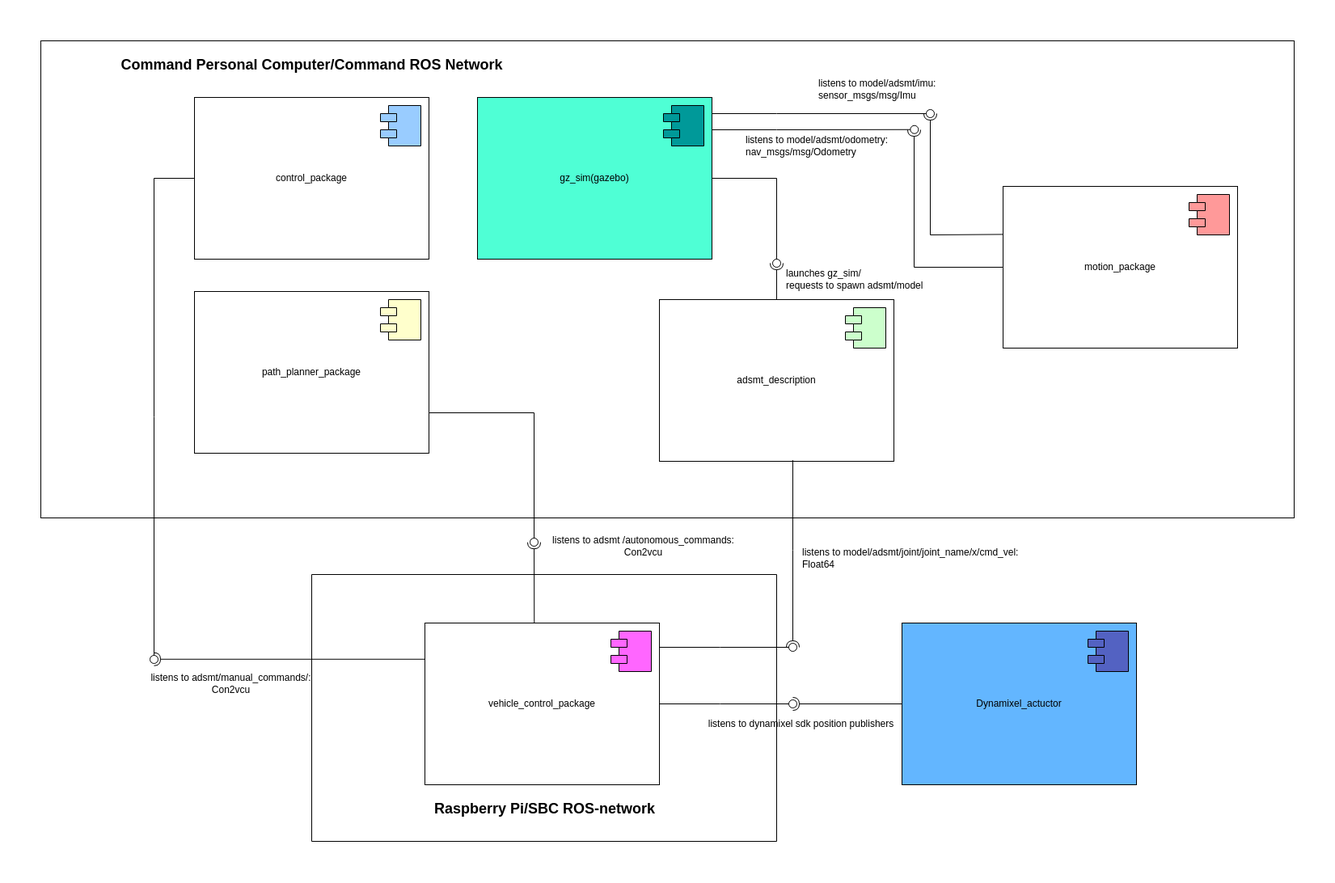
zin-lin/annex_adsmt_ws keeps this draw.io diagram as docs/technical_imgs/general-software-architecture.png. Above is the earlier version. Source tidied: cells renumbered, new cells last; positions are measured from the earlier drawing's top-left corner, leaving out a move shared by most shapes. The source it was exported from:
```xml
<mxGraphModel>
  <root>
    <mxCell id="0" />
    <mxCell id="1" parent="0" />
    <mxCell id="2" style="verticalLabelPosition=bottom;verticalAlign=top;html=1;shape=mxgraph.basic.rect;fillColor2=none;strokeWidth=1;size=20;indent=5;fillColor=none;" parent="1" vertex="1">
      <mxGeometry x="335" y="660" width="575" height="330" as="geometry" />
    </mxCell>
    <mxCell id="3" style="rounded=0;whiteSpace=wrap;html=1;fillColor=none;shadow=0;" parent="1" vertex="1">
      <mxGeometry width="1550" height="590" as="geometry" />
    </mxCell>
    <mxCell id="4" value="\" style="group;fillColor=#99FFFF;" parent="1" vertex="1">
      <mxGeometry x="190" y="70" width="290" height="200" as="geometry" />
    </mxCell>
    <mxCell id="5" value="control_package" style="rounded=0;whiteSpace=wrap;html=1;" parent="4" vertex="1">
      <mxGeometry width="290" height="200" as="geometry" />
    </mxCell>
    <mxCell id="6" style="shape=module;align=left;spacingLeft=20;align=center;verticalAlign=top;whiteSpace=wrap;html=1;fillColor=#99CCFF;" parent="4" vertex="1">
      <mxGeometry x="230" y="10" width="50" height="50" as="geometry" />
    </mxCell>
    <mxCell id="7" style="group;fillColor=#FF99FF;" parent="1" vertex="1">
      <mxGeometry x="475" y="720" width="290" height="200" as="geometry" />
    </mxCell>
    <mxCell id="8" value="vehicle_control_package" style="rounded=0;whiteSpace=wrap;html=1;" parent="7" vertex="1">
      <mxGeometry width="290" height="200" as="geometry" />
    </mxCell>
    <mxCell id="9" style="shape=module;align=left;spacingLeft=20;align=center;verticalAlign=top;whiteSpace=wrap;html=1;fillColor=#FF66FF;" parent="7" vertex="1">
      <mxGeometry x="230" y="10" width="50" height="50" as="geometry" />
    </mxCell>
    <mxCell id="10" style="group;shadow=1;" parent="1" vertex="1">
      <mxGeometry x="190" y="310" width="290" height="200" as="geometry" />
    </mxCell>
    <mxCell id="11" value="path_planner_package" style="rounded=0;whiteSpace=wrap;html=1;" parent="10" vertex="1">
      <mxGeometry width="290" height="200" as="geometry" />
    </mxCell>
    <mxCell id="12" style="shape=module;align=left;spacingLeft=20;align=center;verticalAlign=top;whiteSpace=wrap;html=1;fillColor=#FFFFCC;" parent="10" vertex="1">
      <mxGeometry x="230" y="10" width="50" height="50" as="geometry" />
    </mxCell>
    <mxCell id="13" style="group;fillColor=#CCFFCC;" parent="1" vertex="1">
      <mxGeometry x="765" y="320" width="290" height="200" as="geometry" />
    </mxCell>
    <mxCell id="14" value="adsmt_description" style="rounded=0;whiteSpace=wrap;html=1;" parent="13" vertex="1">
      <mxGeometry width="290" height="200" as="geometry" />
    </mxCell>
    <mxCell id="15" style="shape=module;align=left;spacingLeft=20;align=center;verticalAlign=top;whiteSpace=wrap;html=1;fillColor=#CCFFCC;" parent="13" vertex="1">
      <mxGeometry x="230" y="10" width="50" height="50" as="geometry" />
    </mxCell>
    <mxCell id="16" style="group;fillColor=#99FFFF;" parent="1" vertex="1">
      <mxGeometry x="540" y="70" width="290" height="200" as="geometry" />
    </mxCell>
    <mxCell id="17" value="gz_sim(gazebo)" style="rounded=0;whiteSpace=wrap;html=1;fillColor=#4FFFD5;" parent="16" vertex="1">
      <mxGeometry width="290" height="200" as="geometry" />
    </mxCell>
    <mxCell id="18" style="shape=module;align=left;spacingLeft=20;align=center;verticalAlign=top;whiteSpace=wrap;html=1;fillColor=#009999;" parent="16" vertex="1">
      <mxGeometry x="230" y="10" width="50" height="50" as="geometry" />
    </mxCell>
    <mxCell id="19" value="&lt;span style=&quot;font-size: 18px;&quot;&gt;&lt;b&gt;Command Personal Computer/Command ROS Network&lt;/b&gt;&lt;/span&gt;" style="text;html=1;align=center;verticalAlign=middle;strokeColor=none;fillColor=none;" parent="1" vertex="1">
      <mxGeometry x="85" y="10" width="500" height="40" as="geometry" />
    </mxCell>
    <mxCell id="20" style="rounded=0;jettySize=auto;html=1;endArrow=halfCircle;endFill=0;endSize=6;strokeWidth=1;sketch=0;exitX=0.5;exitY=0;exitDx=0;exitDy=0;" parent="1" edge="1" source="14" target="22">
      <mxGeometry relative="1" as="geometry" />
    </mxCell>
    <mxCell id="21" style="rounded=0;jettySize=auto;html=1;endArrow=oval;endFill=0;sketch=0;sourcePerimeterSpacing=0;targetPerimeterSpacing=0;endSize=10;" parent="1" edge="1" source="17" target="22">
      <mxGeometry relative="1" as="geometry">
        <Array as="points">
          <mxPoint x="910" y="170" />
        </Array>
      </mxGeometry>
    </mxCell>
    <mxCell id="22" style="ellipse;whiteSpace=wrap;html=1;align=center;fillColor=none;strokeColor=none;perimeter=centerPerimeter;points=[];outlineConnect=1;" parent="1" vertex="1">
      <mxGeometry x="905" y="270" width="10" height="10" as="geometry" />
    </mxCell>
    <mxCell id="23" value="launches gz_sim/&amp;nbsp;&lt;div&gt;requests to spawn adsmt/model&lt;/div&gt;" style="text;html=1;align=left;verticalAlign=middle;strokeColor=none;fillColor=none;" parent="1" vertex="1">
      <mxGeometry x="920" y="275" width="190" height="40" as="geometry" />
    </mxCell>
    <mxCell id="24" value="&lt;font style=&quot;font-size: 18px;&quot;&gt;&lt;b&gt;Raspberry Pi/SBC ROS-network&lt;/b&gt;&lt;/font&gt;" style="text;html=1;align=center;verticalAlign=middle;strokeColor=none;fillColor=none;" parent="1" vertex="1">
      <mxGeometry x="472.5" y="930" width="300" height="40" as="geometry" />
    </mxCell>
    <mxCell id="25" style="rounded=0;orthogonalLoop=1;jettySize=auto;html=1;endArrow=halfCircle;endFill=0;endSize=6;strokeWidth=1;sketch=0;exitX=0;exitY=0.25;exitDx=0;exitDy=0;" parent="1" edge="1">
      <mxGeometry relative="1" as="geometry">
        <mxPoint x="475" y="764.8" as="sourcePoint" />
        <mxPoint x="140" y="764.8" as="targetPoint" />
      </mxGeometry>
    </mxCell>
    <mxCell id="26" style="rounded=0;jettySize=auto;html=1;endArrow=oval;endFill=0;sketch=0;sourcePerimeterSpacing=0;targetPerimeterSpacing=0;endSize=10;exitX=0;exitY=0.5;exitDx=0;exitDy=0;" parent="1" edge="1" source="5" target="27">
      <mxGeometry relative="1" as="geometry">
        <Array as="points">
          <mxPoint x="140" y="170" />
        </Array>
      </mxGeometry>
    </mxCell>
    <mxCell id="27" style="ellipse;whiteSpace=wrap;html=1;align=center;fillColor=none;strokeColor=none;perimeter=centerPerimeter;points=[];outlineConnect=1;" parent="1" vertex="1">
      <mxGeometry x="135" y="760" width="10" height="10" as="geometry" />
    </mxCell>
    <mxCell id="28" style="rounded=0;orthogonalLoop=1;jettySize=auto;html=1;endArrow=halfCircle;endFill=0;endSize=6;strokeWidth=1;sketch=0;exitX=0.52;exitY=0.006;exitDx=0;exitDy=0;exitPerimeter=0;" parent="1" edge="1">
      <mxGeometry relative="1" as="geometry">
        <mxPoint x="610.2" y="720" as="sourcePoint" />
        <mxPoint x="610" y="620.2" as="targetPoint" />
      </mxGeometry>
    </mxCell>
    <mxCell id="29" style="rounded=0;orthogonalLoop=1;jettySize=auto;html=1;endArrow=oval;endFill=0;sketch=0;sourcePerimeterSpacing=0;targetPerimeterSpacing=0;endSize=10;" parent="1" edge="1">
      <mxGeometry relative="1" as="geometry">
        <mxPoint x="480" y="460" as="sourcePoint" />
        <mxPoint x="610" y="620" as="targetPoint" />
        <Array as="points">
          <mxPoint x="610" y="460" />
        </Array>
      </mxGeometry>
    </mxCell>
    <mxCell id="30" style="ellipse;whiteSpace=wrap;html=1;align=center;fillColor=none;strokeColor=none;perimeter=centerPerimeter;" parent="1" vertex="1">
      <mxGeometry x="540" y="610" width="10" height="10" as="geometry" />
    </mxCell>
    <mxCell id="31" style="group;fillColor=#4986FF;" parent="1" vertex="1">
      <mxGeometry x="1065" y="720" width="290" height="200" as="geometry" />
    </mxCell>
    <mxCell id="32" value="Dynamixel_actuctor" style="rounded=0;whiteSpace=wrap;html=1;fillColor=#63B6FF;" parent="31" vertex="1">
      <mxGeometry width="290" height="200" as="geometry" />
    </mxCell>
    <mxCell id="33" style="shape=module;align=left;spacingLeft=20;align=center;verticalAlign=top;whiteSpace=wrap;html=1;fillColor=#5362C2;" parent="31" vertex="1">
      <mxGeometry x="230" y="10" width="50" height="50" as="geometry" />
    </mxCell>
    <mxCell id="34" style="rounded=0;jettySize=auto;html=1;endArrow=halfCircle;endFill=0;endSize=6;strokeWidth=1;sketch=0;exitX=0;exitY=0.5;exitDx=0;exitDy=0;" parent="1" edge="1" source="32">
      <mxGeometry relative="1" as="geometry">
        <mxPoint x="930" y="820" as="targetPoint" />
      </mxGeometry>
    </mxCell>
    <mxCell id="35" style="rounded=0;jettySize=auto;html=1;endArrow=oval;endFill=0;sketch=0;sourcePerimeterSpacing=0;targetPerimeterSpacing=0;endSize=10;exitX=1;exitY=0.5;exitDx=0;exitDy=0;" parent="1" edge="1" source="8">
      <mxGeometry relative="1" as="geometry">
        <mxPoint x="930" y="820" as="targetPoint" />
        <Array as="points">
          <mxPoint x="840" y="820" />
        </Array>
      </mxGeometry>
    </mxCell>
    <mxCell id="36" value="listens to dynamixel sdk position publishers" style="text;html=1;align=center;verticalAlign=middle;strokeColor=none;fillColor=none;" parent="1" vertex="1">
      <mxGeometry x="815" y="830" width="250" height="30" as="geometry" />
    </mxCell>
    <mxCell id="37" value="listens to adsmt /autonomous_commands:&lt;div&gt;Con2vcu&lt;/div&gt;" style="text;html=1;align=center;verticalAlign=middle;strokeColor=none;fillColor=none;" parent="1" vertex="1">
      <mxGeometry x="620" y="605" width="250" height="40" as="geometry" />
    </mxCell>
    <mxCell id="38" value="listens to adsmt/manual_commands/:&lt;div&gt;Con2vcu&lt;/div&gt;" style="text;html=1;align=center;verticalAlign=middle;strokeColor=none;fillColor=none;" parent="1" vertex="1">
      <mxGeometry x="125" y="775" width="220" height="40" as="geometry" />
    </mxCell>
    <mxCell id="39" style="rounded=0;orthogonalLoop=1;jettySize=auto;html=1;endArrow=oval;endFill=0;sketch=0;sourcePerimeterSpacing=0;targetPerimeterSpacing=0;endSize=10;exitX=1;exitY=0.5;exitDx=0;exitDy=0;" parent="1" edge="1">
      <mxGeometry relative="1" as="geometry">
        <mxPoint x="765" y="750" as="sourcePoint" />
        <mxPoint x="930" y="750" as="targetPoint" />
        <Array as="points">
          <mxPoint x="840" y="750" />
        </Array>
      </mxGeometry>
    </mxCell>
    <mxCell id="40" style="rounded=0;jettySize=auto;html=1;endArrow=halfCircle;endFill=0;endSize=6;strokeWidth=1;sketch=0;exitX=0.569;exitY=0.993;exitDx=0;exitDy=0;exitPerimeter=0;" parent="1" edge="1" source="14">
      <mxGeometry relative="1" as="geometry">
        <mxPoint x="930" y="750" as="targetPoint" />
        <Array as="points">
          <mxPoint x="930" y="630" />
        </Array>
      </mxGeometry>
    </mxCell>
    <mxCell id="41" value="listens to model/adsmt/joint/joint_name/x/cmd_vel:&lt;div&gt;Float64&lt;/div&gt;" style="text;html=1;align=left;verticalAlign=middle;strokeColor=none;fillColor=none;" parent="1" vertex="1">
      <mxGeometry x="940" y="620" width="290" height="40" as="geometry" />
    </mxCell>
    <mxCell id="42" style="group;fillColor=#CCCC00;" parent="1" vertex="1">
      <mxGeometry x="1190" y="180" width="290" height="200" as="geometry" />
    </mxCell>
    <mxCell id="43" value="motion_package" style="rounded=0;whiteSpace=wrap;html=1;" parent="42" vertex="1">
      <mxGeometry width="290" height="200" as="geometry" />
    </mxCell>
    <mxCell id="44" style="shape=module;align=left;spacingLeft=20;align=center;verticalAlign=top;whiteSpace=wrap;html=1;fillColor=#FF9999;" parent="42" vertex="1">
      <mxGeometry x="230" y="10" width="50" height="50" as="geometry" />
    </mxCell>
    <mxCell id="45" style="rounded=0;jettySize=auto;html=1;endArrow=oval;endFill=0;sketch=0;sourcePerimeterSpacing=0;targetPerimeterSpacing=0;endSize=10;entryX=0.697;entryY=0.186;entryDx=0;entryDy=0;entryPerimeter=0;" parent="1" edge="1" target="3">
      <mxGeometry relative="1" as="geometry">
        <mxPoint x="830" y="110" as="sourcePoint" />
        <Array as="points">
          <mxPoint x="910" y="110" />
        </Array>
      </mxGeometry>
    </mxCell>
    <mxCell id="46" style="rounded=0;jettySize=auto;html=1;endArrow=halfCircle;endFill=0;endSize=6;strokeWidth=1;sketch=0;exitX=0;exitY=0.5;exitDx=0;exitDy=0;" parent="1" edge="1" source="43">
      <mxGeometry relative="1" as="geometry">
        <mxPoint x="1080" y="110" as="targetPoint" />
        <Array as="points">
          <mxPoint x="1080" y="280" />
        </Array>
      </mxGeometry>
    </mxCell>
    <mxCell id="47" value="listens to model/adsmt/imu:&lt;div&gt;sensor_msgs/msg/Imu&lt;/div&gt;" style="text;html=1;align=left;verticalAlign=middle;strokeColor=none;fillColor=none;" parent="1" vertex="1">
      <mxGeometry x="960" y="40" width="170" height="40" as="geometry" />
    </mxCell>
    <mxCell id="48" style="rounded=0;orthogonalLoop=1;jettySize=auto;html=1;endArrow=oval;endFill=0;sketch=0;sourcePerimeterSpacing=0;targetPerimeterSpacing=0;endSize=10;" parent="1" edge="1">
      <mxGeometry relative="1" as="geometry">
        <mxPoint x="830" y="90" as="sourcePoint" />
        <mxPoint x="1100" y="90" as="targetPoint" />
        <Array as="points">
          <mxPoint x="910" y="90" />
        </Array>
      </mxGeometry>
    </mxCell>
    <mxCell id="49" style="rounded=0;jettySize=auto;html=1;endArrow=halfCircle;endFill=0;endSize=6;strokeWidth=1;sketch=0;exitX=-0.001;exitY=0.297;exitDx=0;exitDy=0;exitPerimeter=0;" parent="1" edge="1" source="43">
      <mxGeometry relative="1" as="geometry">
        <mxPoint x="1100" y="90" as="targetPoint" />
        <Array as="points">
          <mxPoint x="1100" y="240" />
        </Array>
      </mxGeometry>
    </mxCell>
    <mxCell id="50" value="listens to model/adsmt/odometry:&lt;div&gt;nav_msgs/msg/Odometry&lt;/div&gt;" style="text;html=1;align=left;verticalAlign=middle;strokeColor=none;fillColor=none;" parent="1" vertex="1">
      <mxGeometry x="870" y="110" width="200" height="40" as="geometry" />
    </mxCell>
  </root>
</mxGraphModel>
```
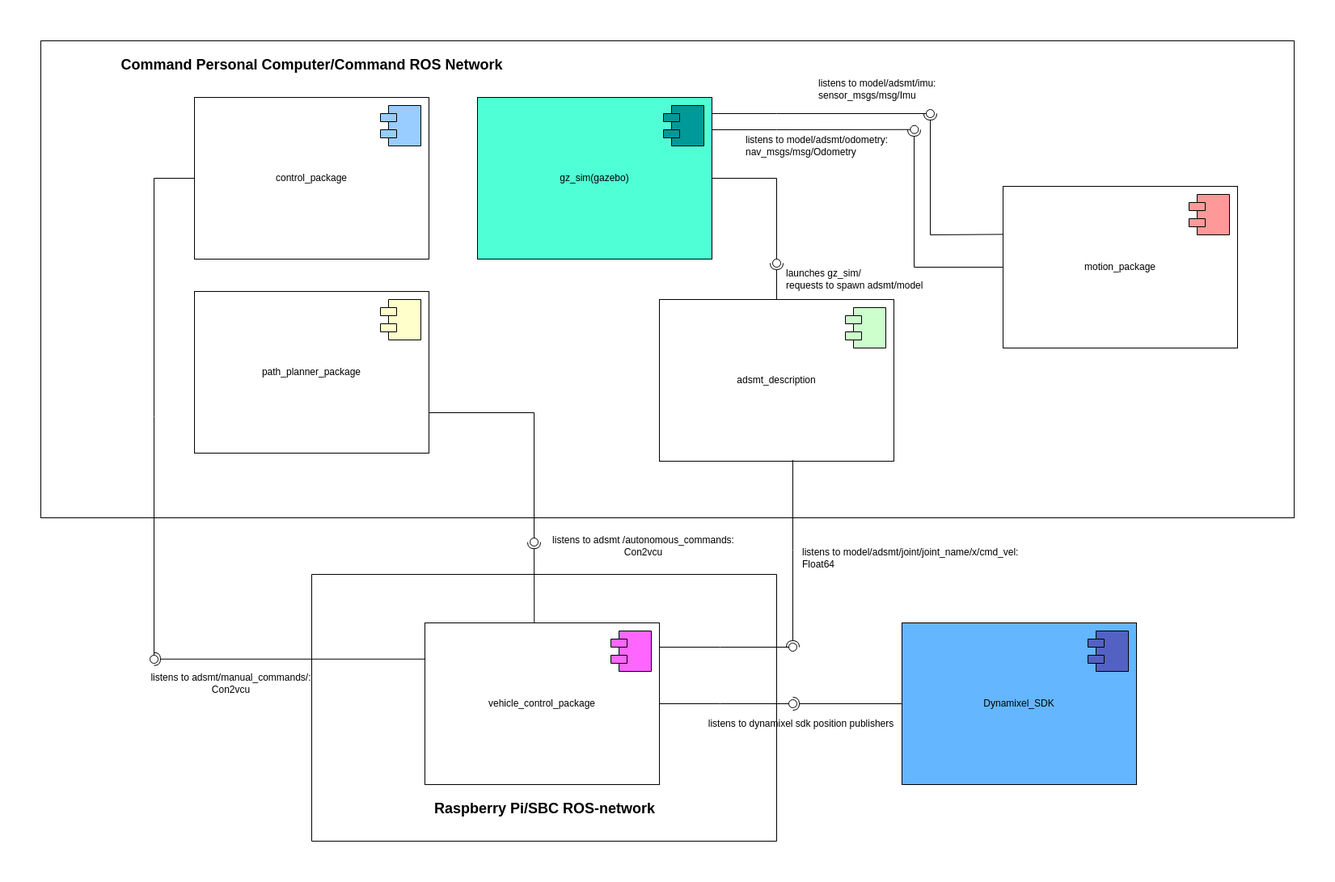
The same diagram one commit later.

The edit, as a diff of the source:
```diff
@@ -112,7 +112,7 @@
     <mxCell id="31" style="group;fillColor=#4986FF;" parent="1" vertex="1">
       <mxGeometry x="1065" y="720" width="290" height="200" as="geometry" />
     </mxCell>
-    <mxCell id="32" value="Dynamixel_actuctor" style="rounded=0;whiteSpace=wrap;html=1;fillColor=#63B6FF;" parent="31" vertex="1">
+    <mxCell id="32" value="Dynamixel_SDK" style="rounded=0;whiteSpace=wrap;html=1;fillColor=#63B6FF;" parent="31" vertex="1">
       <mxGeometry width="290" height="200" as="geometry" />
     </mxCell>
     <mxCell id="33" style="shape=module;align=left;spacingLeft=20;align=center;verticalAlign=top;whiteSpace=wrap;html=1;fillColor=#5362C2;" parent="31" vertex="1">
```
